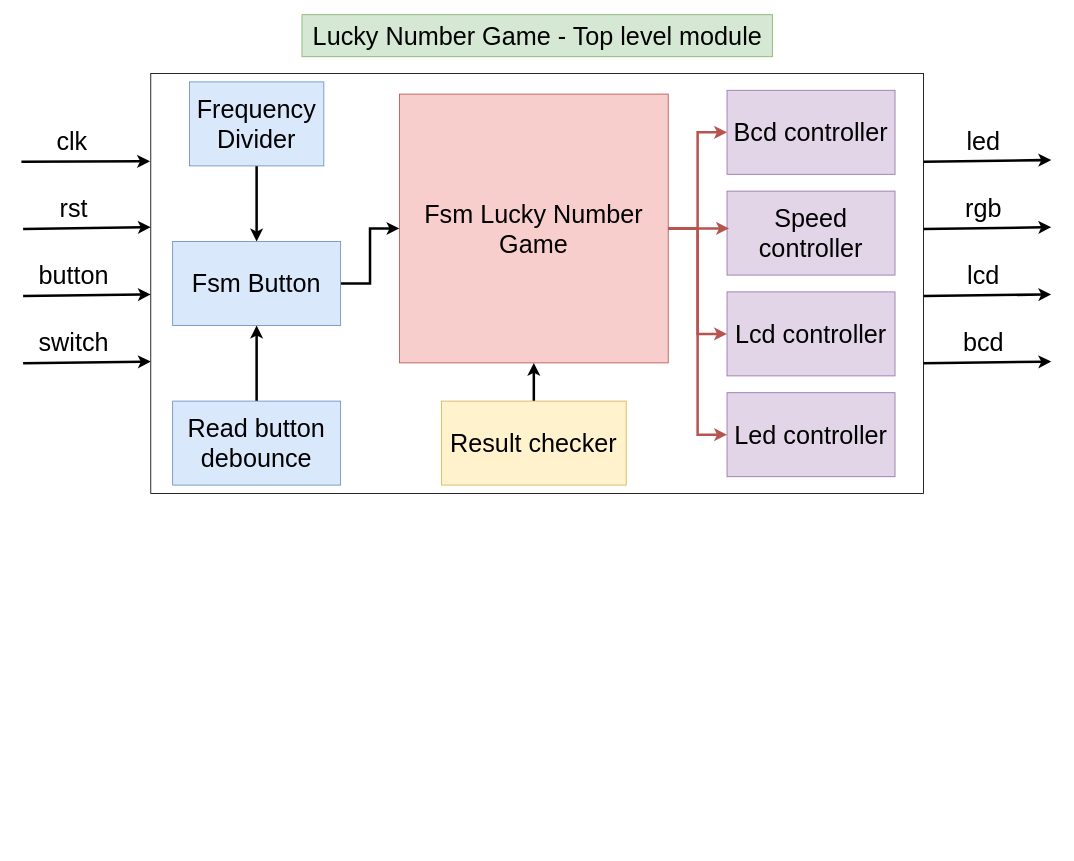
This is Document/Block_diagram.drawio from nguyenthinhthanh/Lucky_Number_Game, a draw.io file, before an edit. Source tidied: cells renumbered, new cells numbered last; positions are measured from the earlier drawing's top-left corner, leaving out a move shared by most shapes. Both pictures are drawn from the tidied source at 84%, with x=0, y=0 at pixel (21, 14).
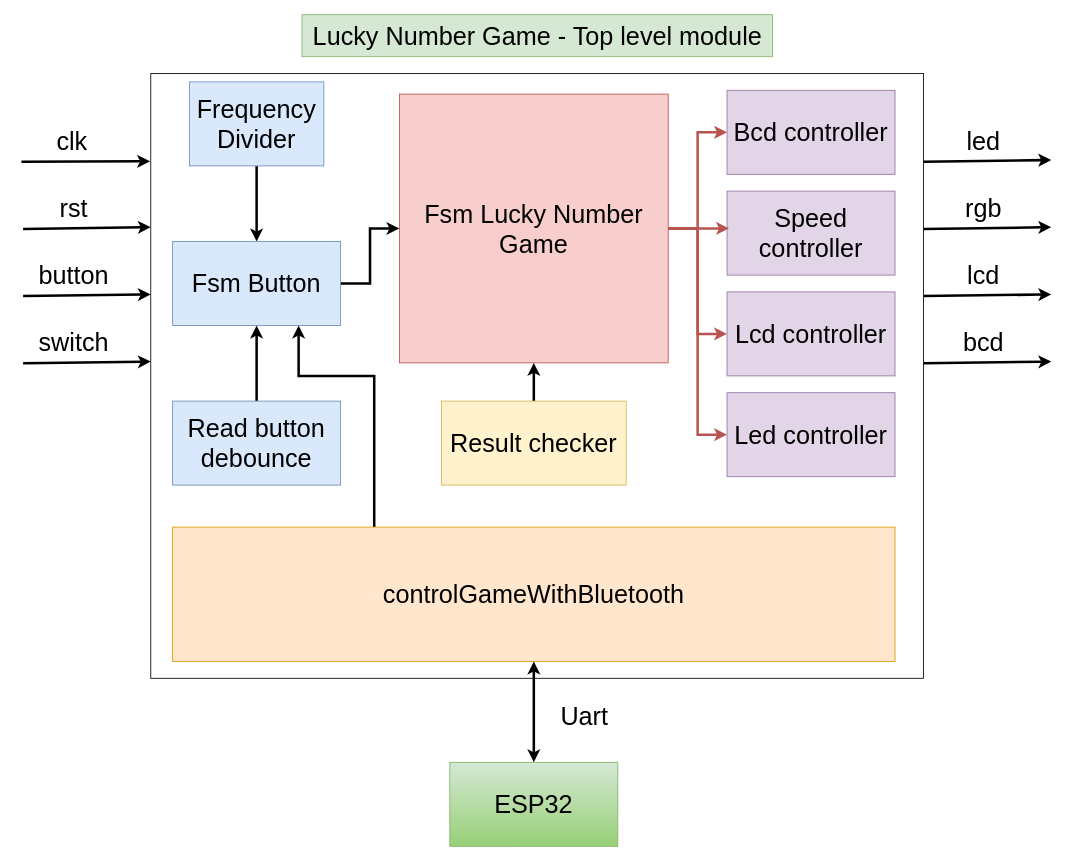
Above is the later version.

The change refers to these unchanged cells:
```xml
<mxCell id="27" value="&lt;span style=&quot;font-size: 30px;&quot;&gt;Fsm Button&lt;/span&gt;" style="rounded=0;whiteSpace=wrap;html=1;fillColor=#dae8fc;strokeColor=#6c8ebf;" parent="1" vertex="1">
  <mxGeometry x="180" y="270" width="200" height="100" as="geometry" />
</mxCell>
```

What changed in the source:
```diff
@@
     <mxCell id="2" style="rounded=0;whiteSpace=wrap;html=1;fillColor=none;" parent="1" vertex="1">
-      <mxGeometry x="154" y="70" width="920" height="500" as="geometry" />
+      <mxGeometry x="154" y="70" width="920" height="720" as="geometry" />
     </mxCell>
@@
+    <mxCell id="37" style="edgeStyle=orthogonalEdgeStyle;rounded=0;jettySize=auto;html=1;entryX=0.75;entryY=1;entryDx=0;entryDy=0;strokeWidth=3;" parent="1" edge="1" source="38" target="27">
+      <mxGeometry relative="1" as="geometry">
+        <Array as="points">
+          <mxPoint x="420" y="430" />
+          <mxPoint x="330" y="430" />
+        </Array>
+      </mxGeometry>
+    </mxCell>
+    <mxCell id="38" value="&lt;span style=&quot;font-size: 30px;&quot;&gt;controlGameWithBluetooth&lt;/span&gt;" style="rounded=0;whiteSpace=wrap;html=1;fillColor=#ffe6cc;strokeColor=#d79b00;" parent="1" vertex="1">
+      <mxGeometry x="180" y="610" width="860" height="160" as="geometry" />
+    </mxCell>
+    <mxCell id="39" value="&lt;span style=&quot;font-size: 30px;&quot;&gt;ESP32&lt;/span&gt;" style="rounded=0;whiteSpace=wrap;html=1;fillColor=#d5e8d4;strokeColor=#82b366;gradientColor=#97d077;" parent="1" vertex="1">
+      <mxGeometry x="510" y="890" width="200" height="100" as="geometry" />
+    </mxCell>
+    <mxCell id="40" style="endArrow=classic;startArrow=classic;html=1;rounded=0;exitX=0.5;exitY=0;exitDx=0;exitDy=0;entryX=0.5;entryY=1;entryDx=0;entryDy=0;strokeWidth=3;" parent="1" edge="1" source="39" target="38">
+      <mxGeometry relative="1" as="geometry" />
+    </mxCell>
+    <mxCell id="41" value="&lt;span style=&quot;font-size: 30px;&quot;&gt;Uart&lt;/span&gt;" style="text;html=1;align=center;verticalAlign=middle;strokeColor=none;fillColor=none;perimeterSpacing=2;strokeWidth=3;" parent="1" vertex="1">
+      <mxGeometry x="630" y="810" width="80" height="50" as="geometry" />
+    </mxCell>
```
